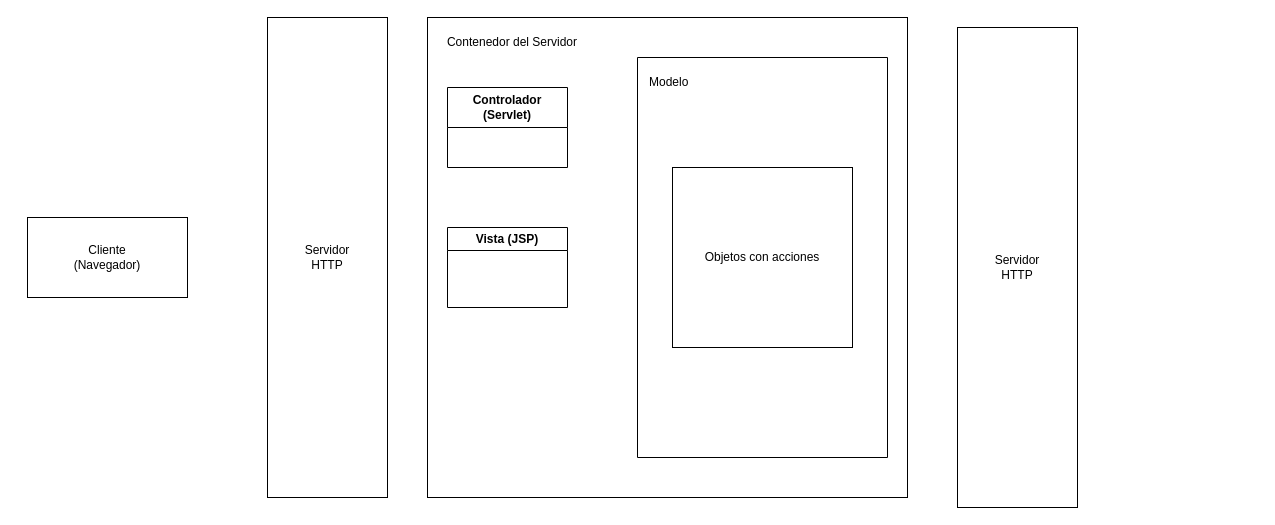
The draw.io diagram Untitled Diagram.drawio in Cristopher0206/DECAB_Gestiones, before the edit. Source tidied: cells renumbered, new cells numbered last; positions are measured from the earlier drawing's top-left corner, leaving out a move shared by most shapes. Both pictures are drawn from the tidied source at 100%, with x=0, y=0 at pixel (27, 17).
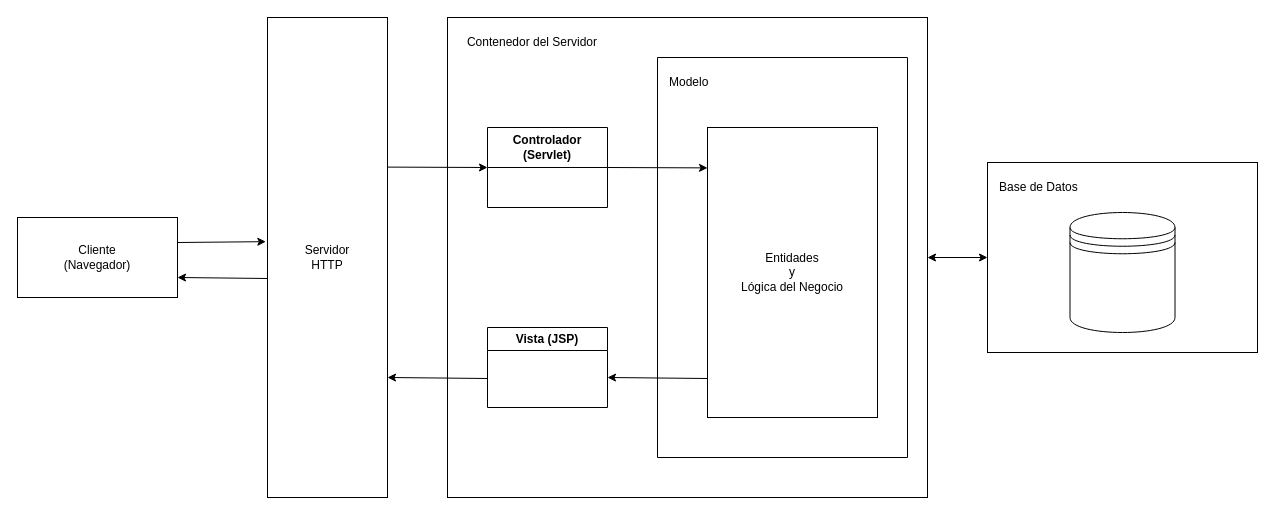
Above is the later version.

Unchanged cells that the change refers to:
```xml
<mxCell id="3" value="Servidor&lt;br&gt;HTTP" style="rounded=0;whiteSpace=wrap;html=1;" parent="1" vertex="1">
  <mxGeometry x="240" width="120" height="480" as="geometry" />
</mxCell>
```

What changed in the source:
```diff
@@
     <mxCell id="2" value="Cliente&lt;br&gt;(Navegador)" style="rounded=0;whiteSpace=wrap;html=1;" parent="1" vertex="1">
-      <mxGeometry y="200" width="160" height="80" as="geometry" />
+      <mxGeometry x="-10" y="200" width="160" height="80" as="geometry" />
     </mxCell>
@@
     <mxCell id="4" style="whiteSpace=wrap;html=1;" parent="1" vertex="1">
-      <mxGeometry x="400" width="480" height="480" as="geometry" />
+      <mxGeometry x="420" width="480" height="480" as="geometry" />
     </mxCell>
     <mxCell id="5" value="Contenedor del Servidor" style="text;html=1;strokeColor=none;fillColor=none;align=center;verticalAlign=middle;whiteSpace=wrap;rounded=0;" parent="1" vertex="1">
-      <mxGeometry x="410" y="10" width="150" height="30" as="geometry" />
+      <mxGeometry x="430" y="10" width="150" height="30" as="geometry" />
     </mxCell>
     <mxCell id="6" value="Controlador (Servlet)" style="swimlane;whiteSpace=wrap;html=1;startSize=40;" parent="1" vertex="1">
-      <mxGeometry x="420" y="70" width="120" height="80" as="geometry" />
+      <mxGeometry x="460" y="110" width="120" height="80" as="geometry" />
     </mxCell>
     <mxCell id="7" value="Vista (JSP)" style="swimlane;whiteSpace=wrap;html=1;" parent="1" vertex="1">
-      <mxGeometry x="420" y="210" width="120" height="80" as="geometry" />
+      <mxGeometry x="460" y="310" width="120" height="80" as="geometry" />
     </mxCell>
     <mxCell id="8" style="swimlane;startSize=0;" parent="1" vertex="1">
-      <mxGeometry x="610" y="40" width="250" height="400" as="geometry" />
+      <mxGeometry x="630" y="40" width="250" height="400" as="geometry" />
     </mxCell>
@@
-    <mxCell id="10" value="Objetos con acciones" style="whiteSpace=wrap;html=1;" parent="1" vertex="1">
-      <mxGeometry x="645" y="150" width="180" height="180" as="geometry" />
-    </mxCell>
-    <mxCell id="11" value="Servidor&lt;br&gt;HTTP" style="rounded=0;whiteSpace=wrap;html=1;" parent="1" vertex="1">
-      <mxGeometry x="930" y="10" width="120" height="480" as="geometry" />
+    <mxCell id="11" style="rounded=0;whiteSpace=wrap;html=1;" parent="1" vertex="1">
+      <mxGeometry x="960" y="145" width="270" height="190" as="geometry" />
     </mxCell>
+    <mxCell id="12" style="shape=datastore;whiteSpace=wrap;html=1;" parent="1" vertex="1">
+      <mxGeometry x="1042.5" y="195" width="105" height="120" as="geometry" />
+    </mxCell>
+    <mxCell id="13" value="&lt;div style=&quot;&quot;&gt;&lt;span style=&quot;background-color: initial;&quot;&gt;Base de Datos&lt;/span&gt;&lt;/div&gt;" style="text;html=1;strokeColor=none;fillColor=none;align=left;verticalAlign=middle;whiteSpace=wrap;rounded=0;" parent="1" vertex="1">
+      <mxGeometry x="970" y="155" width="150" height="30" as="geometry" />
+    </mxCell>
+    <mxCell id="14" style="endArrow=classic;html=1;rounded=0;entryX=-0.014;entryY=0.467;entryDx=0;entryDy=0;entryPerimeter=0;" parent="1" edge="1" target="3">
+      <mxGeometry relative="1" as="geometry">
+        <mxPoint x="150" y="225" as="sourcePoint" />
+      </mxGeometry>
+    </mxCell>
+    <mxCell id="15" style="endArrow=classic;html=1;rounded=0;entryX=1;entryY=0.75;entryDx=0;entryDy=0;" parent="1" edge="1" target="2">
+      <mxGeometry relative="1" as="geometry">
+        <mxPoint x="240" y="261" as="sourcePoint" />
+      </mxGeometry>
+    </mxCell>
+    <mxCell id="16" style="endArrow=classic;html=1;rounded=0;entryX=0;entryY=0.5;entryDx=0;entryDy=0;" parent="1" edge="1" target="6">
+      <mxGeometry relative="1" as="geometry">
+        <mxPoint x="360" y="149.6" as="sourcePoint" />
+      </mxGeometry>
+    </mxCell>
+    <mxCell id="17" style="endArrow=classic;html=1;rounded=0;entryX=1;entryY=0.75;entryDx=0;entryDy=0;" parent="1" edge="1" target="3">
+      <mxGeometry relative="1" as="geometry">
+        <mxPoint x="460" y="361" as="sourcePoint" />
+      </mxGeometry>
+    </mxCell>
+    <mxCell id="18" style="endArrow=classic;html=1;rounded=0;entryX=0;entryY=0.5;entryDx=0;entryDy=0;" parent="1" edge="1">
+      <mxGeometry relative="1" as="geometry">
+        <mxPoint x="580" y="150" as="sourcePoint" />
+        <mxPoint x="680" y="150.4" as="targetPoint" />
+      </mxGeometry>
+    </mxCell>
+    <mxCell id="19" value="Entidades&lt;br&gt;y&lt;br&gt;Lógica del Negocio" style="rounded=0;whiteSpace=wrap;html=1;" parent="1" vertex="1">
+      <mxGeometry x="680" y="110" width="170" height="290" as="geometry" />
+    </mxCell>
+    <mxCell id="20" style="endArrow=classic;html=1;rounded=0;entryX=1;entryY=0.75;entryDx=0;entryDy=0;" parent="1" edge="1">
+      <mxGeometry relative="1" as="geometry">
+        <mxPoint x="680" y="361" as="sourcePoint" />
+        <mxPoint x="580" y="360" as="targetPoint" />
+      </mxGeometry>
+    </mxCell>
+    <mxCell id="21" style="endArrow=classic;startArrow=classic;html=1;rounded=0;" parent="1" edge="1" target="11">
+      <mxGeometry relative="1" as="geometry">
+        <mxPoint x="900" y="240" as="sourcePoint" />
+      </mxGeometry>
+    </mxCell>
```
